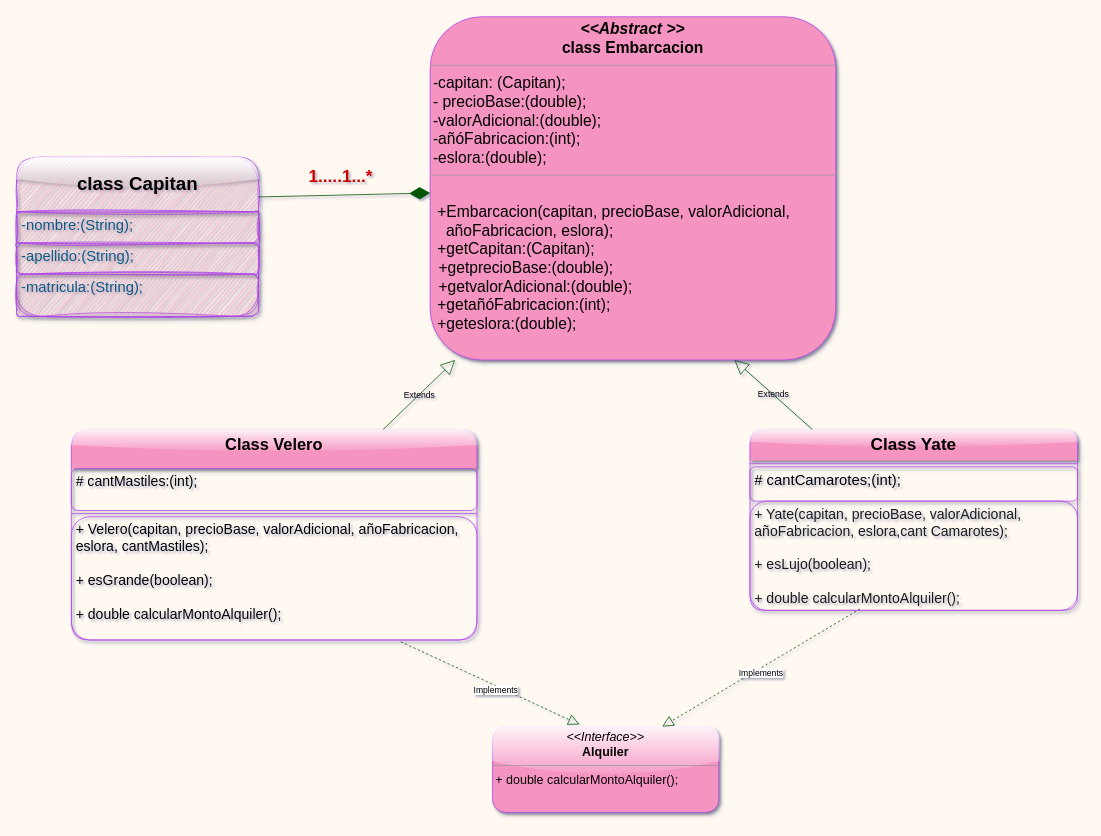
The draw.io diagram src/sistemaAlqulierEmbarcación.drawio in Mariayey12/EJERCICIOWORKSHOPPROGRAMACIONORIENTADA-OBJECTOS, before the edit. Source tidied: cells renumbered, new cells numbered last; positions are measured from the earlier drawing's top-left corner, leaving out a move shared by most shapes. Both pictures are drawn from the tidied source at 78%, with x=0, y=0 at pixel (16, 16).
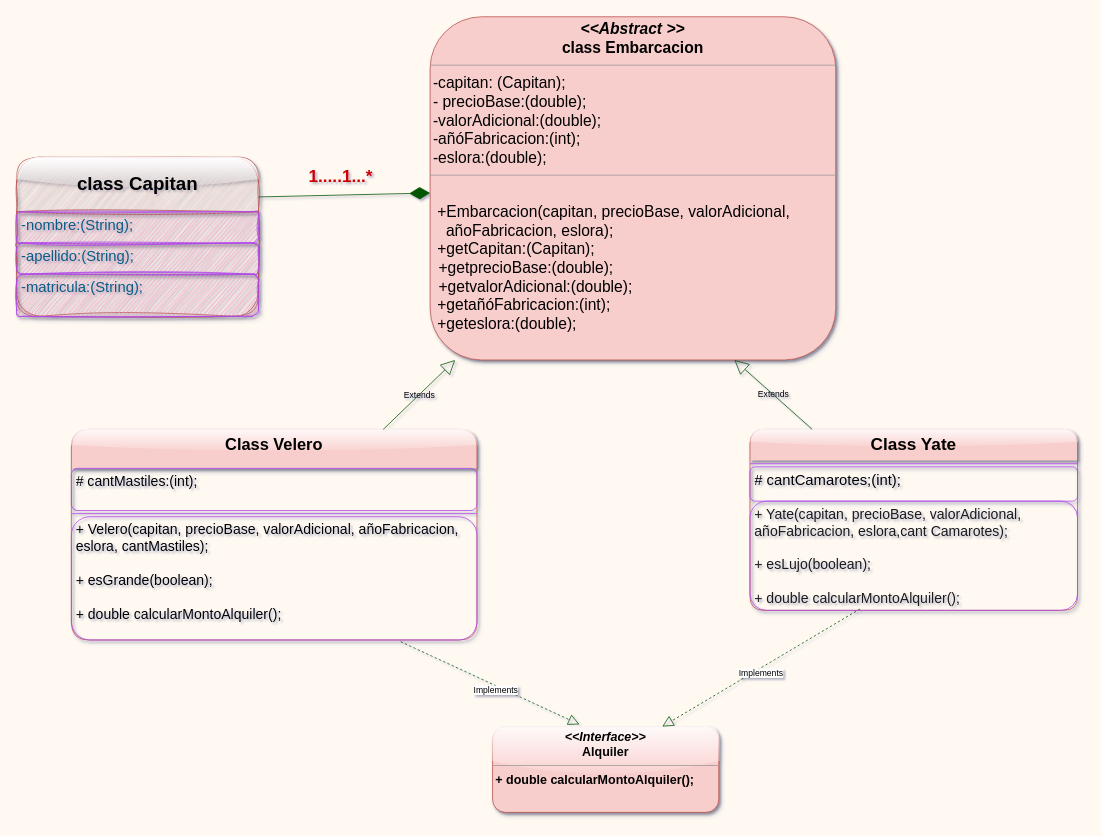
Above is the later version.

What changed in the source:
```diff
@@
-    <mxCell id="2" value="&lt;p style=&quot;margin: 4px 0px 0px; text-align: center; font-size: 16px;&quot;&gt;&lt;font color=&quot;#000000&quot; style=&quot;font-size: 16px;&quot;&gt;&lt;i style=&quot;&quot;&gt;&amp;lt;&amp;lt;Interface&amp;gt;&amp;gt;&lt;/i&gt;&lt;br&gt;&lt;b style=&quot;&quot;&gt;Alquiler&lt;/b&gt;&lt;/font&gt;&lt;/p&gt;&lt;hr style=&quot;font-size: 16px;&quot; size=&quot;1&quot;&gt;&lt;p style=&quot;margin: 0px 0px 0px 4px; font-size: 16px;&quot;&gt;&lt;font color=&quot;#000000&quot; style=&quot;font-size: 16px;&quot;&gt;+&amp;nbsp;&lt;span style=&quot;--tw-border-spacing-x: 0; --tw-border-spacing-y: 0; --tw-translate-x: 0; --tw-translate-y: 0; --tw-rotate: 0; --tw-skew-x: 0; --tw-skew-y: 0; --tw-scale-x: 1; --tw-scale-y: 1; --tw-pan-x: ; --tw-pan-y: ; --tw-pinch-zoom: ; --tw-scroll-snap-strictness: proximity; --tw-ordinal: ; --tw-slashed-zero: ; --tw-numeric-figure: ; --tw-numeric-spacing: ; --tw-numeric-fraction: ; --tw-ring-inset: ; --tw-ring-offset-width: 0px; --tw-ring-offset-color: #fff; --tw-ring-color: rgb(59 130 246 / .5); --tw-ring-offset-shadow: 0 0 #0000; --tw-ring-shadow: 0 0 #0000; --tw-shadow: 0 0 #0000; --tw-shadow-colored: 0 0 #0000; --tw-blur: ; --tw-brightness: ; --tw-contrast: ; --tw-grayscale: ; --tw-hue-rotate: ; --tw-invert: ; --tw-saturate: ; --tw-sepia: ; --tw-drop-shadow: ; --tw-backdrop-blur: ; --tw-backdrop-brightness: ; --tw-backdrop-contrast: ; --tw-backdrop-grayscale: ; --tw-backdrop-hue-rotate: ; --tw-backdrop-invert: ; --tw-backdrop-opacity: ; --tw-backdrop-saturate: ; --tw-backdrop-sepia: ; border-color: var(--border-color); background-color: initial;&quot;&gt;double calcularMontoAlquiler();&lt;/span&gt;&lt;/font&gt;&lt;br&gt;&lt;/p&gt;" style="verticalAlign=top;align=left;overflow=fill;fontSize=12;fontFamily=Helvetica;html=1;whiteSpace=wrap;shadow=1;glass=1;rounded=1;fillColor=#F694C1;strokeColor=#AF45ED;labelBackgroundColor=none;fontColor=#095C86;" parent="1" vertex="1">
+    <mxCell id="2" value="&lt;p style=&quot;margin: 4px 0px 0px; text-align: center; font-size: 16px;&quot;&gt;&lt;font color=&quot;#000000&quot; style=&quot;font-size: 16px;&quot;&gt;&lt;b&gt;&lt;i style=&quot;&quot;&gt;&amp;lt;&amp;lt;Interface&amp;gt;&amp;gt;&lt;/i&gt;&lt;br&gt;Alquiler&lt;/b&gt;&lt;/font&gt;&lt;/p&gt;&lt;hr style=&quot;font-size: 16px;&quot; size=&quot;1&quot;&gt;&lt;p style=&quot;margin: 0px 0px 0px 4px; font-size: 16px;&quot;&gt;&lt;font color=&quot;#000000&quot; style=&quot;font-size: 16px;&quot;&gt;&lt;b&gt;+&amp;nbsp;&lt;span style=&quot;--tw-border-spacing-x: 0; --tw-border-spacing-y: 0; --tw-translate-x: 0; --tw-translate-y: 0; --tw-rotate: 0; --tw-skew-x: 0; --tw-skew-y: 0; --tw-scale-x: 1; --tw-scale-y: 1; --tw-pan-x: ; --tw-pan-y: ; --tw-pinch-zoom: ; --tw-scroll-snap-strictness: proximity; --tw-ordinal: ; --tw-slashed-zero: ; --tw-numeric-figure: ; --tw-numeric-spacing: ; --tw-numeric-fraction: ; --tw-ring-inset: ; --tw-ring-offset-width: 0px; --tw-ring-offset-color: #fff; --tw-ring-color: rgb(59 130 246 / .5); --tw-ring-offset-shadow: 0 0 #0000; --tw-ring-shadow: 0 0 #0000; --tw-shadow: 0 0 #0000; --tw-shadow-colored: 0 0 #0000; --tw-blur: ; --tw-brightness: ; --tw-contrast: ; --tw-grayscale: ; --tw-hue-rotate: ; --tw-invert: ; --tw-saturate: ; --tw-sepia: ; --tw-drop-shadow: ; --tw-backdrop-blur: ; --tw-backdrop-brightness: ; --tw-backdrop-contrast: ; --tw-backdrop-grayscale: ; --tw-backdrop-hue-rotate: ; --tw-backdrop-invert: ; --tw-backdrop-opacity: ; --tw-backdrop-saturate: ; --tw-backdrop-sepia: ; border-color: var(--border-color); background-color: initial;&quot;&gt;double calcularMontoAlquiler();&lt;/span&gt;&lt;/b&gt;&lt;/font&gt;&lt;br&gt;&lt;/p&gt;" style="verticalAlign=top;align=left;overflow=fill;fontSize=12;fontFamily=Helvetica;html=1;whiteSpace=wrap;shadow=1;glass=1;rounded=1;fillColor=#f8cecc;strokeColor=#b85450;labelBackgroundColor=none;" parent="1" vertex="1">
       <mxGeometry x="610" y="910" width="290" height="110" as="geometry" />
     </mxCell>
@@
-    <mxCell id="4" value="&lt;font color=&quot;#000000&quot; style=&quot;font-size: 24px;&quot;&gt;&lt;b&gt;class Capitan&lt;/b&gt;&lt;/font&gt;" style="swimlane;fontStyle=0;horizontal=1;startSize=70;fillColor=#F694C1;whiteSpace=wrap;html=1;fontColor=#095C86;strokeColor=#AF45ED;rounded=1;swimlaneLine=1;glass=1;sketch=1;curveFitting=1;jiggle=2;shadow=1;labelBackgroundColor=none;" parent="1" vertex="1">
+    <mxCell id="4" value="&lt;font color=&quot;#000000&quot; style=&quot;font-size: 24px;&quot;&gt;&lt;b&gt;class Capitan&lt;/b&gt;&lt;/font&gt;" style="swimlane;fontStyle=0;horizontal=1;startSize=70;fillColor=#f8cecc;whiteSpace=wrap;html=1;strokeColor=#b85450;rounded=1;swimlaneLine=1;glass=1;sketch=1;curveFitting=1;jiggle=2;shadow=1;labelBackgroundColor=none;" parent="1" vertex="1">
       <mxGeometry y="180" width="310" height="204" as="geometry" />
     </mxCell>
@@
-    <mxCell id="8" value="&lt;p style=&quot;margin: 4px 0px 0px; text-align: center; font-size: 20px;&quot;&gt;&lt;font color=&quot;#000000&quot; style=&quot;font-size: 20px;&quot;&gt;&lt;b&gt;&lt;i style=&quot;&quot;&gt;&amp;lt;&amp;lt;Abstract &amp;gt;&amp;gt;&lt;/i&gt;&lt;br&gt;class Embarcacion&lt;/b&gt;&lt;br&gt;&lt;/font&gt;&lt;/p&gt;&lt;hr style=&quot;font-size: 20px;&quot; size=&quot;1&quot;&gt;&lt;p style=&quot;margin: 0px 0px 0px 4px; font-size: 20px;&quot;&gt;&lt;font color=&quot;#000000&quot; style=&quot;font-size: 20px;&quot;&gt;-capitan: (Capitan);&lt;br&gt;- precioBase:(double);&lt;/font&gt;&lt;/p&gt;&lt;p style=&quot;margin: 0px 0px 0px 4px; font-size: 20px;&quot;&gt;&lt;font color=&quot;#000000&quot; style=&quot;font-size: 20px;&quot;&gt;-valorAdicional:(double);&lt;/font&gt;&lt;/p&gt;&lt;p style=&quot;margin: 0px 0px 0px 4px; font-size: 20px;&quot;&gt;&lt;font color=&quot;#000000&quot; style=&quot;font-size: 20px;&quot;&gt;-añóFabricacion:(int);&lt;/font&gt;&lt;/p&gt;&lt;p style=&quot;margin: 0px 0px 0px 4px; font-size: 20px;&quot;&gt;&lt;font color=&quot;#000000&quot; style=&quot;font-size: 20px;&quot;&gt;-eslora:(double);&lt;/font&gt;&lt;/p&gt;&lt;hr style=&quot;font-size: 20px;&quot; size=&quot;1&quot;&gt;&lt;p style=&quot;margin: 0px 0px 0px 4px; font-size: 20px;&quot;&gt;&lt;font color=&quot;#000000&quot; style=&quot;font-size: 20px;&quot;&gt;&lt;br&gt;&amp;nbsp;+Embarcacion(capitan, precioBase, valorAdicional,&amp;nbsp; &amp;nbsp; &amp;nbsp; &amp;nbsp; &amp;nbsp; &amp;nbsp; &amp;nbsp;añoFabricacion, eslora);&lt;/font&gt;&lt;/p&gt;&lt;p style=&quot;margin: 0px 0px 0px 4px; font-size: 20px;&quot;&gt;&lt;font color=&quot;#000000&quot; style=&quot;font-size: 20px;&quot;&gt;&amp;nbsp;+getCapitan:(Capitan);&amp;nbsp;&lt;/font&gt;&lt;/p&gt;&lt;font color=&quot;#000000&quot; style=&quot;font-size: 20px;&quot;&gt;&amp;nbsp; +getprecioBase:(double);&lt;br&gt;&amp;nbsp; +getvalorAdicional:(double);&lt;/font&gt;&lt;p style=&quot;--tw-border-spacing-x: 0; --tw-border-spacing-y: 0; --tw-translate-x: 0; --tw-translate-y: 0; --tw-rotate: 0; --tw-skew-x: 0; --tw-skew-y: 0; --tw-scale-x: 1; --tw-scale-y: 1; --tw-pan-x: ; --tw-pan-y: ; --tw-pinch-zoom: ; --tw-scroll-snap-strictness: proximity; --tw-ordinal: ; --tw-slashed-zero: ; --tw-numeric-figure: ; --tw-numeric-spacing: ; --tw-numeric-fraction: ; --tw-ring-inset: ; --tw-ring-offset-width: 0px; --tw-ring-offset-color: #fff; --tw-ring-color: rgb(59 130 246 / .5); --tw-ring-offset-shadow: 0 0 #0000; --tw-ring-shadow: 0 0 #0000; --tw-shadow: 0 0 #0000; --tw-shadow-colored: 0 0 #0000; --tw-blur: ; --tw-brightness: ; --tw-contrast: ; --tw-grayscale: ; --tw-hue-rotate: ; --tw-invert: ; --tw-saturate: ; --tw-sepia: ; --tw-drop-shadow: ; --tw-backdrop-blur: ; --tw-backdrop-brightness: ; --tw-backdrop-contrast: ; --tw-backdrop-grayscale: ; --tw-backdrop-hue-rotate: ; --tw-backdrop-invert: ; --tw-backdrop-opacity: ; --tw-backdrop-saturate: ; --tw-backdrop-sepia: ; border-color: var(--border-color); margin: 0px 0px 0px 4px; font-size: 20px;&quot;&gt;&lt;font color=&quot;#000000&quot; style=&quot;font-size: 20px;&quot;&gt;&amp;nbsp;+getañóFabricacion:(int);&lt;/font&gt;&lt;/p&gt;&lt;p style=&quot;--tw-border-spacing-x: 0; --tw-border-spacing-y: 0; --tw-translate-x: 0; --tw-translate-y: 0; --tw-rotate: 0; --tw-skew-x: 0; --tw-skew-y: 0; --tw-scale-x: 1; --tw-scale-y: 1; --tw-pan-x: ; --tw-pan-y: ; --tw-pinch-zoom: ; --tw-scroll-snap-strictness: proximity; --tw-ordinal: ; --tw-slashed-zero: ; --tw-numeric-figure: ; --tw-numeric-spacing: ; --tw-numeric-fraction: ; --tw-ring-inset: ; --tw-ring-offset-width: 0px; --tw-ring-offset-color: #fff; --tw-ring-color: rgb(59 130 246 / .5); --tw-ring-offset-shadow: 0 0 #0000; --tw-ring-shadow: 0 0 #0000; --tw-shadow: 0 0 #0000; --tw-shadow-colored: 0 0 #0000; --tw-blur: ; --tw-brightness: ; --tw-contrast: ; --tw-grayscale: ; --tw-hue-rotate: ; --tw-invert: ; --tw-saturate: ; --tw-sepia: ; --tw-drop-shadow: ; --tw-backdrop-blur: ; --tw-backdrop-brightness: ; --tw-backdrop-contrast: ; --tw-backdrop-grayscale: ; --tw-backdrop-hue-rotate: ; --tw-backdrop-invert: ; --tw-backdrop-opacity: ; --tw-backdrop-saturate: ; --tw-backdrop-sepia: ; border-color: var(--border-color); margin: 0px 0px 0px 4px; font-size: 20px;&quot;&gt;&lt;font color=&quot;#000000&quot; style=&quot;font-size: 20px;&quot;&gt;&amp;nbsp;+geteslora:(double);&lt;/font&gt;&lt;/p&gt;" style="verticalAlign=top;align=left;overflow=fill;fontSize=12;fontFamily=Helvetica;html=1;whiteSpace=wrap;fillColor=#F694C1;strokeColor=#AF45ED;rounded=1;shadow=1;glass=0;labelBackgroundColor=none;fontColor=#095C86;" parent="1" vertex="1">
+    <mxCell id="8" value="&lt;p style=&quot;margin: 4px 0px 0px; text-align: center; font-size: 20px;&quot;&gt;&lt;font color=&quot;#000000&quot; style=&quot;font-size: 20px;&quot;&gt;&lt;b&gt;&lt;i style=&quot;&quot;&gt;&amp;lt;&amp;lt;Abstract &amp;gt;&amp;gt;&lt;/i&gt;&lt;br&gt;class Embarcacion&lt;/b&gt;&lt;br&gt;&lt;/font&gt;&lt;/p&gt;&lt;hr style=&quot;font-size: 20px;&quot; size=&quot;1&quot;&gt;&lt;p style=&quot;margin: 0px 0px 0px 4px; font-size: 20px;&quot;&gt;&lt;font color=&quot;#000000&quot; style=&quot;font-size: 20px;&quot;&gt;-capitan: (Capitan);&lt;br&gt;- precioBase:(double);&lt;/font&gt;&lt;/p&gt;&lt;p style=&quot;margin: 0px 0px 0px 4px; font-size: 20px;&quot;&gt;&lt;font color=&quot;#000000&quot; style=&quot;font-size: 20px;&quot;&gt;-valorAdicional:(double);&lt;/font&gt;&lt;/p&gt;&lt;p style=&quot;margin: 0px 0px 0px 4px; font-size: 20px;&quot;&gt;&lt;font color=&quot;#000000&quot; style=&quot;font-size: 20px;&quot;&gt;-añóFabricacion:(int);&lt;/font&gt;&lt;/p&gt;&lt;p style=&quot;margin: 0px 0px 0px 4px; font-size: 20px;&quot;&gt;&lt;font color=&quot;#000000&quot; style=&quot;font-size: 20px;&quot;&gt;-eslora:(double);&lt;/font&gt;&lt;/p&gt;&lt;hr style=&quot;font-size: 20px;&quot; size=&quot;1&quot;&gt;&lt;p style=&quot;margin: 0px 0px 0px 4px; font-size: 20px;&quot;&gt;&lt;font color=&quot;#000000&quot; style=&quot;font-size: 20px;&quot;&gt;&lt;br&gt;&amp;nbsp;+Embarcacion(capitan, precioBase, valorAdicional,&amp;nbsp; &amp;nbsp; &amp;nbsp; &amp;nbsp; &amp;nbsp; &amp;nbsp; &amp;nbsp;añoFabricacion, eslora);&lt;/font&gt;&lt;/p&gt;&lt;p style=&quot;margin: 0px 0px 0px 4px; font-size: 20px;&quot;&gt;&lt;font color=&quot;#000000&quot; style=&quot;font-size: 20px;&quot;&gt;&amp;nbsp;+getCapitan:(Capitan);&amp;nbsp;&lt;/font&gt;&lt;/p&gt;&lt;font color=&quot;#000000&quot; style=&quot;font-size: 20px;&quot;&gt;&amp;nbsp; +getprecioBase:(double);&lt;br&gt;&amp;nbsp; +getvalorAdicional:(double);&lt;/font&gt;&lt;p style=&quot;--tw-border-spacing-x: 0; --tw-border-spacing-y: 0; --tw-translate-x: 0; --tw-translate-y: 0; --tw-rotate: 0; --tw-skew-x: 0; --tw-skew-y: 0; --tw-scale-x: 1; --tw-scale-y: 1; --tw-pan-x: ; --tw-pan-y: ; --tw-pinch-zoom: ; --tw-scroll-snap-strictness: proximity; --tw-ordinal: ; --tw-slashed-zero: ; --tw-numeric-figure: ; --tw-numeric-spacing: ; --tw-numeric-fraction: ; --tw-ring-inset: ; --tw-ring-offset-width: 0px; --tw-ring-offset-color: #fff; --tw-ring-color: rgb(59 130 246 / .5); --tw-ring-offset-shadow: 0 0 #0000; --tw-ring-shadow: 0 0 #0000; --tw-shadow: 0 0 #0000; --tw-shadow-colored: 0 0 #0000; --tw-blur: ; --tw-brightness: ; --tw-contrast: ; --tw-grayscale: ; --tw-hue-rotate: ; --tw-invert: ; --tw-saturate: ; --tw-sepia: ; --tw-drop-shadow: ; --tw-backdrop-blur: ; --tw-backdrop-brightness: ; --tw-backdrop-contrast: ; --tw-backdrop-grayscale: ; --tw-backdrop-hue-rotate: ; --tw-backdrop-invert: ; --tw-backdrop-opacity: ; --tw-backdrop-saturate: ; --tw-backdrop-sepia: ; border-color: var(--border-color); margin: 0px 0px 0px 4px; font-size: 20px;&quot;&gt;&lt;font color=&quot;#000000&quot; style=&quot;font-size: 20px;&quot;&gt;&amp;nbsp;+getañóFabricacion:(int);&lt;/font&gt;&lt;/p&gt;&lt;p style=&quot;--tw-border-spacing-x: 0; --tw-border-spacing-y: 0; --tw-translate-x: 0; --tw-translate-y: 0; --tw-rotate: 0; --tw-skew-x: 0; --tw-skew-y: 0; --tw-scale-x: 1; --tw-scale-y: 1; --tw-pan-x: ; --tw-pan-y: ; --tw-pinch-zoom: ; --tw-scroll-snap-strictness: proximity; --tw-ordinal: ; --tw-slashed-zero: ; --tw-numeric-figure: ; --tw-numeric-spacing: ; --tw-numeric-fraction: ; --tw-ring-inset: ; --tw-ring-offset-width: 0px; --tw-ring-offset-color: #fff; --tw-ring-color: rgb(59 130 246 / .5); --tw-ring-offset-shadow: 0 0 #0000; --tw-ring-shadow: 0 0 #0000; --tw-shadow: 0 0 #0000; --tw-shadow-colored: 0 0 #0000; --tw-blur: ; --tw-brightness: ; --tw-contrast: ; --tw-grayscale: ; --tw-hue-rotate: ; --tw-invert: ; --tw-saturate: ; --tw-sepia: ; --tw-drop-shadow: ; --tw-backdrop-blur: ; --tw-backdrop-brightness: ; --tw-backdrop-contrast: ; --tw-backdrop-grayscale: ; --tw-backdrop-hue-rotate: ; --tw-backdrop-invert: ; --tw-backdrop-opacity: ; --tw-backdrop-saturate: ; --tw-backdrop-sepia: ; border-color: var(--border-color); margin: 0px 0px 0px 4px; font-size: 20px;&quot;&gt;&lt;font color=&quot;#000000&quot; style=&quot;font-size: 20px;&quot;&gt;&amp;nbsp;+geteslora:(double);&lt;/font&gt;&lt;/p&gt;" style="verticalAlign=top;align=left;overflow=fill;fontSize=12;fontFamily=Helvetica;html=1;whiteSpace=wrap;fillColor=#f8cecc;strokeColor=#b85450;rounded=1;shadow=1;glass=0;labelBackgroundColor=none;" parent="1" vertex="1">
       <mxGeometry x="530" width="520" height="440" as="geometry" />
     </mxCell>
-    <mxCell id="9" value="&lt;font color=&quot;#000000&quot; style=&quot;font-size: 22px;&quot;&gt;Class Yate&lt;/font&gt;" style="swimlane;fontStyle=1;align=center;verticalAlign=top;horizontal=1;startSize=40;whiteSpace=wrap;html=1;rounded=1;shadow=1;glass=1;swimlaneLine=0;fillColor=#F694C1;strokeColor=#AF45ED;fontColor=#095C86;labelBackgroundColor=none;" parent="1" vertex="1">
+    <mxCell id="9" value="&lt;font color=&quot;#000000&quot; style=&quot;font-size: 22px;&quot;&gt;Class Yate&lt;/font&gt;" style="swimlane;fontStyle=1;align=center;verticalAlign=top;horizontal=1;startSize=40;whiteSpace=wrap;html=1;rounded=1;shadow=1;glass=1;swimlaneLine=0;fillColor=#f8cecc;strokeColor=#b85450;labelBackgroundColor=none;" parent="1" vertex="1">
       <mxGeometry x="940" y="529" width="420" height="232" as="geometry" />
     </mxCell>
@@
-    <mxCell id="13" value="&lt;font color=&quot;#000000&quot; style=&quot;font-size: 21px;&quot;&gt;Class Velero&lt;/font&gt;" style="swimlane;fontStyle=1;align=center;verticalAlign=top;horizontal=1;startSize=50;whiteSpace=wrap;html=1;fillColor=#F694C1;fontColor=#095C86;strokeColor=#AF45ED;shadow=1;swimlaneLine=0;glass=1;rounded=1;labelBackgroundColor=none;" parent="1" vertex="1">
+    <mxCell id="13" value="&lt;font color=&quot;#000000&quot; style=&quot;font-size: 21px;&quot;&gt;Class Velero&lt;/font&gt;" style="swimlane;fontStyle=1;align=center;verticalAlign=top;horizontal=1;startSize=50;whiteSpace=wrap;html=1;fillColor=#f8cecc;strokeColor=#b85450;shadow=1;swimlaneLine=0;glass=1;rounded=1;labelBackgroundColor=none;" parent="1" vertex="1">
       <mxGeometry x="70" y="529" width="520" height="270" as="geometry" />
     </mxCell>
```
